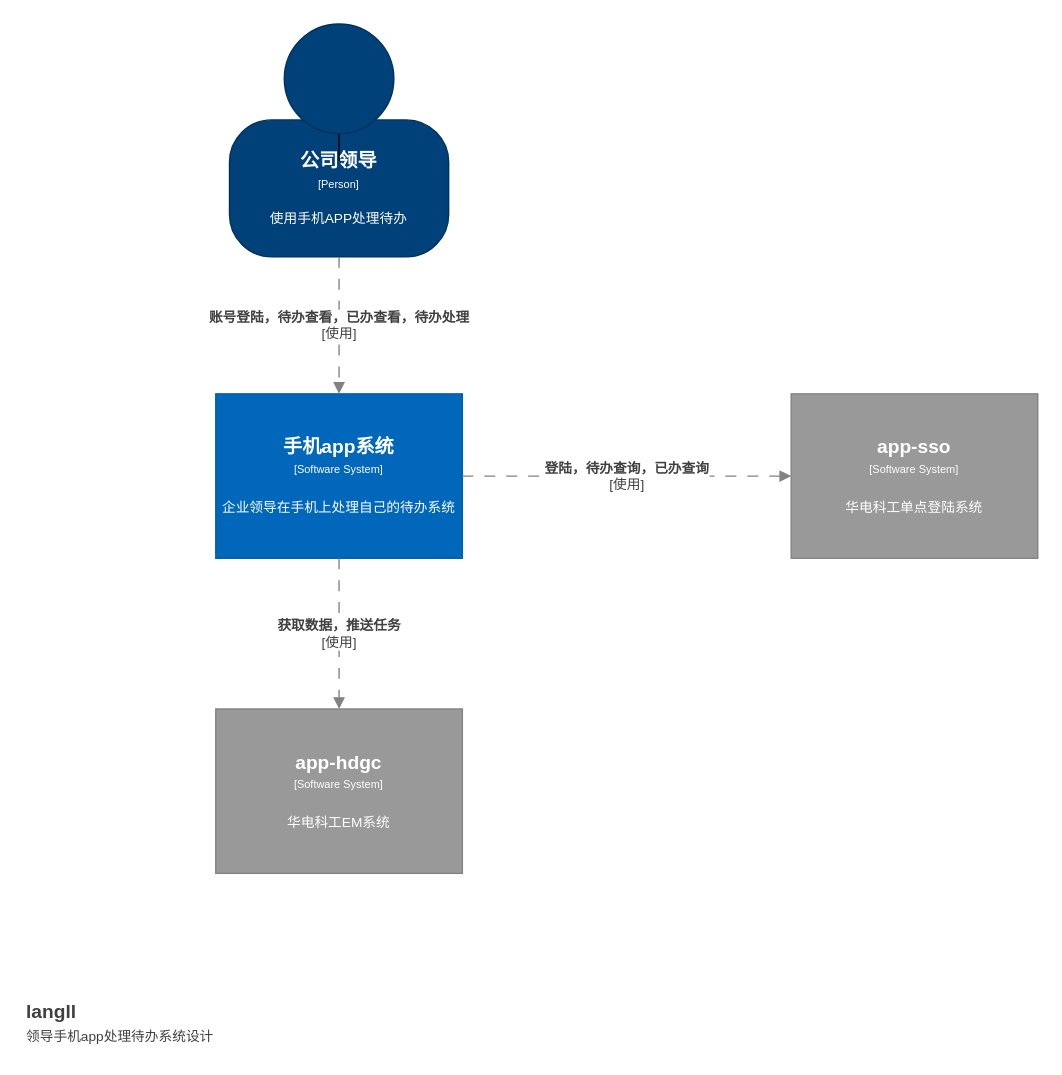
This is page "SystemContext" (1 of 4) of Untitled Diagram.drawio from lang-CN/vuetest, a draw.io file, before an edit. Source tidied: cells renumbered, new cells numbered last; positions are measured from the earlier drawing's top-left corner, leaving out a move shared by most shapes. Both pictures are drawn from the tidied source at 137%, with x=0, y=0 at pixel (23, 23).
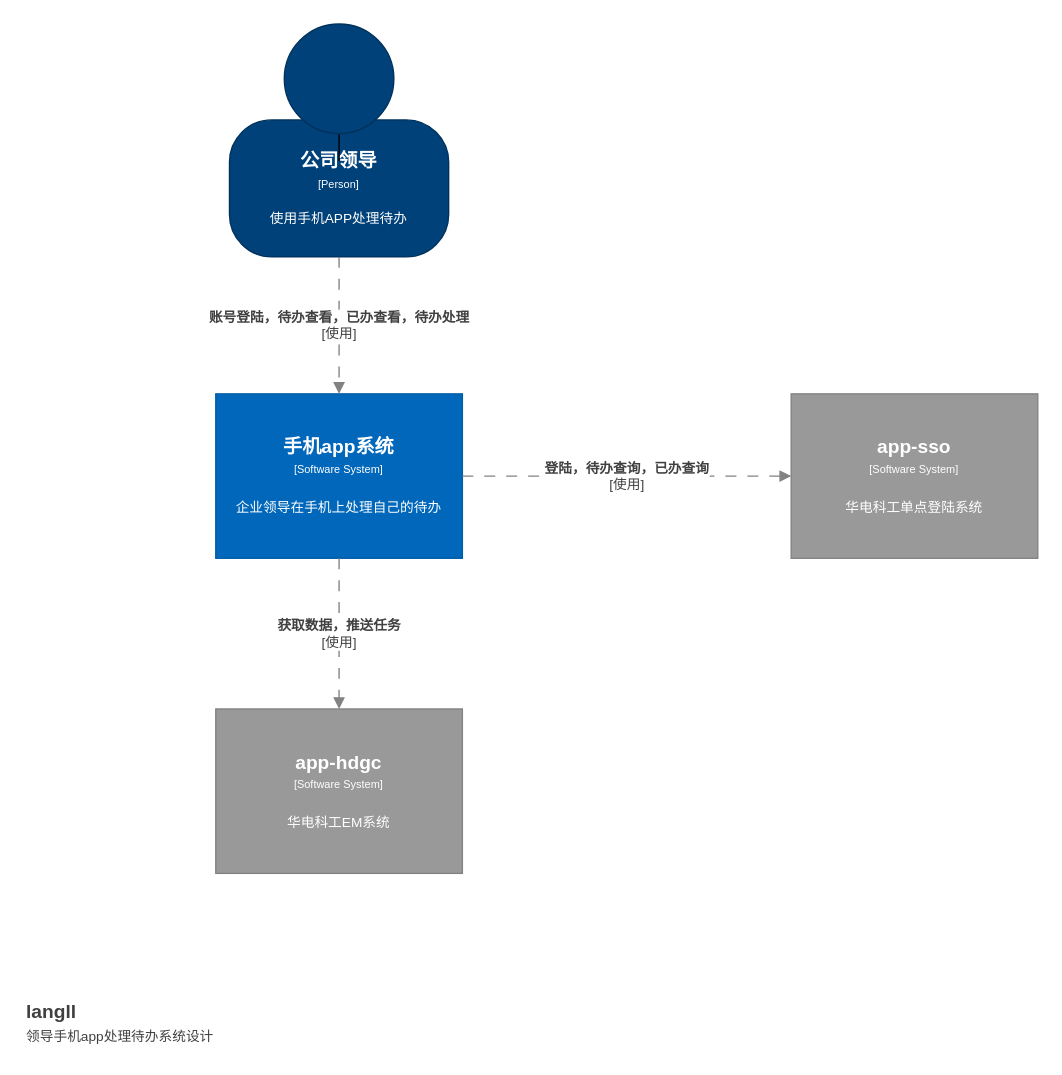
The same page after the edit.

The edit, as a diff of the source:
```diff
@@
 <mxGraphModel>
   <root>
     <mxCell id="0" />
     <mxCell id="1" parent="0" />
     <mxCell id="2" style="group;" parent="1" vertex="1">
       <mxGeometry x="150" width="160" height="170" as="geometry" />
     </mxCell>
     <object id="3" label="&lt;div style=&quot;color: rgb(255 , 255 , 255) ; white-space: normal&quot;&gt;&lt;span style=&quot;font-size: 14px&quot;&gt;&lt;b&gt;%name%&lt;/b&gt;&lt;/span&gt;&lt;/div&gt;&lt;div style=&quot;color: rgb(255 , 255 , 255) ; white-space: normal&quot;&gt;&lt;font style=&quot;font-size: 8px&quot;&gt;[Person]&lt;/font&gt;&lt;/div&gt;&lt;div style=&quot;color: rgb(255 , 255 , 255) ; white-space: normal ; font-size: 8px&quot;&gt;&lt;span style=&quot;font-size: x-small&quot;&gt;&lt;br&gt;&lt;/span&gt;&lt;/div&gt;&lt;div style=&quot;color: rgb(255 , 255 , 255) ; white-space: normal&quot;&gt;&lt;font size=&quot;1&quot;&gt;%description%&lt;/font&gt;&lt;/div&gt;" description="使用手机APP处理待办" name="公司领导" placeholders="1">
       <mxCell style="rounded=1;whiteSpace=wrap;html=1;strokeColor=#00315C;fillColor=#004179;fontColor=#000000;arcSize=31;" parent="2" vertex="1">
         <mxGeometry y="70" width="160" height="100" as="geometry" />
       </mxCell>
     </object>
     <mxCell id="4" style="edgeStyle=orthogonalEdgeStyle;rounded=0;jettySize=auto;html=1;exitX=0.5;exitY=1;exitDx=0;exitDy=0;" parent="2" edge="1" source="5" target="3">
       <mxGeometry relative="1" as="geometry" />
     </mxCell>
     <mxCell id="5" style="ellipse;whiteSpace=wrap;html=1;strokeColor=#00315C;fillColor=#004179;fontColor=#000000;" parent="2" vertex="1">
       <mxGeometry x="40" width="80" height="80" as="geometry" />
     </mxCell>
     <object id="6" label="&lt;div&gt;&lt;span style=&quot;font-size: 14px&quot;&gt;&lt;b&gt;%name%&lt;/b&gt;&lt;/span&gt;&lt;/div&gt;&lt;div&gt;&lt;span style=&quot;font-size: 8px&quot;&gt;[Software System&lt;/span&gt;&lt;span style=&quot;font-size: 8px&quot;&gt;]&lt;/span&gt;&lt;/div&gt;&lt;div&gt;&lt;span style=&quot;font-size: 8px&quot;&gt;&lt;br&gt;&lt;/span&gt;&lt;/div&gt;&lt;div&gt;&lt;font size=&quot;1&quot;&gt;%description%&lt;/font&gt;&lt;/div&gt;" description="华电科工单点登陆系统" name="app-sso" placeholders="1">
       <mxCell style="rounded=0;whiteSpace=wrap;html=1;fillColor=#999999;fontColor=#FFFFFF;strokeColor=#828282;" parent="1" vertex="1">
         <mxGeometry x="560" y="270" width="180" height="120" as="geometry" />
       </mxCell>
     </object>
     <object id="7" label="&lt;div&gt;&lt;span style=&quot;font-size: 14px&quot;&gt;&lt;b&gt;%name%&lt;/b&gt;&lt;/span&gt;&lt;/div&gt;&lt;div&gt;&lt;span style=&quot;font-size: 8px&quot;&gt;[Software System&lt;/span&gt;&lt;span style=&quot;font-size: 8px&quot;&gt;]&lt;/span&gt;&lt;/div&gt;&lt;div&gt;&lt;span style=&quot;font-size: 8px&quot;&gt;&lt;br&gt;&lt;/span&gt;&lt;/div&gt;&lt;div&gt;&lt;font size=&quot;1&quot;&gt;%description%&lt;/font&gt;&lt;/div&gt;" description="华电科工EM系统" name="app-hdgc" placeholders="1">
       <mxCell style="rounded=0;whiteSpace=wrap;html=1;fillColor=#999999;fontColor=#FFFFFF;strokeColor=#828282;" parent="1" vertex="1">
         <mxGeometry x="140" y="500" width="180" height="120" as="geometry" />
       </mxCell>
     </object>
-    <object id="8" label="&lt;div&gt;&lt;span style=&quot;font-size: 14px&quot;&gt;&lt;b&gt;%name%&lt;/b&gt;&lt;/span&gt;&lt;/div&gt;&lt;div&gt;&lt;span style=&quot;font-size: 8px&quot;&gt;[Software System]&lt;/span&gt;&lt;/div&gt;&lt;div&gt;&lt;span style=&quot;font-size: 8px&quot;&gt;&lt;br&gt;&lt;/span&gt;&lt;/div&gt;&lt;div&gt;&lt;font size=&quot;1&quot;&gt;%description%&lt;/font&gt;&lt;/div&gt;" description="企业领导在手机上处理自己的待办系统" name="手机app系统" placeholders="1">
+    <object id="8" label="&lt;div&gt;&lt;span style=&quot;font-size: 14px&quot;&gt;&lt;b&gt;%name%&lt;/b&gt;&lt;/span&gt;&lt;/div&gt;&lt;div&gt;&lt;span style=&quot;font-size: 8px&quot;&gt;[Software System]&lt;/span&gt;&lt;/div&gt;&lt;div&gt;&lt;span style=&quot;font-size: 8px&quot;&gt;&lt;br&gt;&lt;/span&gt;&lt;/div&gt;&lt;div&gt;&lt;font size=&quot;1&quot;&gt;%description%&lt;/font&gt;&lt;/div&gt;" description="企业领导在手机上处理自己的待办" name="手机app系统" placeholders="1">
       <mxCell style="rounded=0;whiteSpace=wrap;html=1;fillColor=#0067BA;fontColor=#FFFFFF;strokeColor=#005DA8;" parent="1" vertex="1">
         <mxGeometry x="140" y="270" width="180" height="120" as="geometry" />
       </mxCell>
     </object>
     <object id="9" label="%name%&lt;br style=&quot;font-size: 10px&quot;&gt;&lt;font size=&quot;1&quot;&gt;&lt;span style=&quot;font-weight: 400&quot;&gt;%description%&lt;/span&gt;&lt;/font&gt;" description="领导手机app处理待办系统设计" name="langll" placeholders="1">
       <mxCell style="text;html=1;align=left;verticalAlign=top;spacingTop=-4;fontSize=14;fontColor=#404040;fontStyle=1;" parent="1" vertex="1">
         <mxGeometry y="710" width="110" height="40" as="geometry" />
       </mxCell>
     </object>
     <object id="10" label="&lt;b&gt;%name%&lt;/b&gt;&lt;br style=&quot;font-size: 10px&quot;&gt;[%technology%]" name="登陆，待办查询，已办查询" placeholders="1" technology="使用">
       <mxCell style="endArrow=block;html=1;fontSize=10;fontColor=#404040;strokeWidth=1;endFill=1;dashed=1;dashPattern=8 8;strokeColor=#828282;elbow=vertical;exitX=1;exitY=0.5;exitDx=0;exitDy=0;" parent="1" edge="1" source="8" target="6">
         <mxGeometry relative="1" as="geometry" />
       </mxCell>
     </object>
     <object id="11" label="&lt;b&gt;%name%&lt;/b&gt;&lt;br style=&quot;font-size: 10px&quot;&gt;[%technology%]" name="获取数据，推送任务" placeholders="1" technology="使用">
       <mxCell style="endArrow=block;html=1;fontSize=10;fontColor=#404040;strokeWidth=1;endFill=1;dashed=1;dashPattern=8 8;strokeColor=#828282;elbow=vertical;exitX=0.5;exitY=1;exitDx=0;exitDy=0;" parent="1" edge="1" source="8" target="7">
         <mxGeometry relative="1" as="geometry" />
       </mxCell>
     </object>
     <object id="12" label="&lt;b&gt;%name%&lt;/b&gt;&lt;br style=&quot;font-size: 10px&quot;&gt;[%technology%]" name="账号登陆，待办查看，已办查看，待办处理" placeholders="1" technology="使用">
       <mxCell style="endArrow=block;html=1;fontSize=10;fontColor=#404040;strokeWidth=1;endFill=1;dashed=1;dashPattern=8 8;strokeColor=#828282;elbow=vertical;exitX=0.5;exitY=1;exitDx=0;exitDy=0;" parent="1" edge="1" source="3" target="8">
         <mxGeometry relative="1" as="geometry" />
       </mxCell>
     </object>
   </root>
 </mxGraphModel>
```
